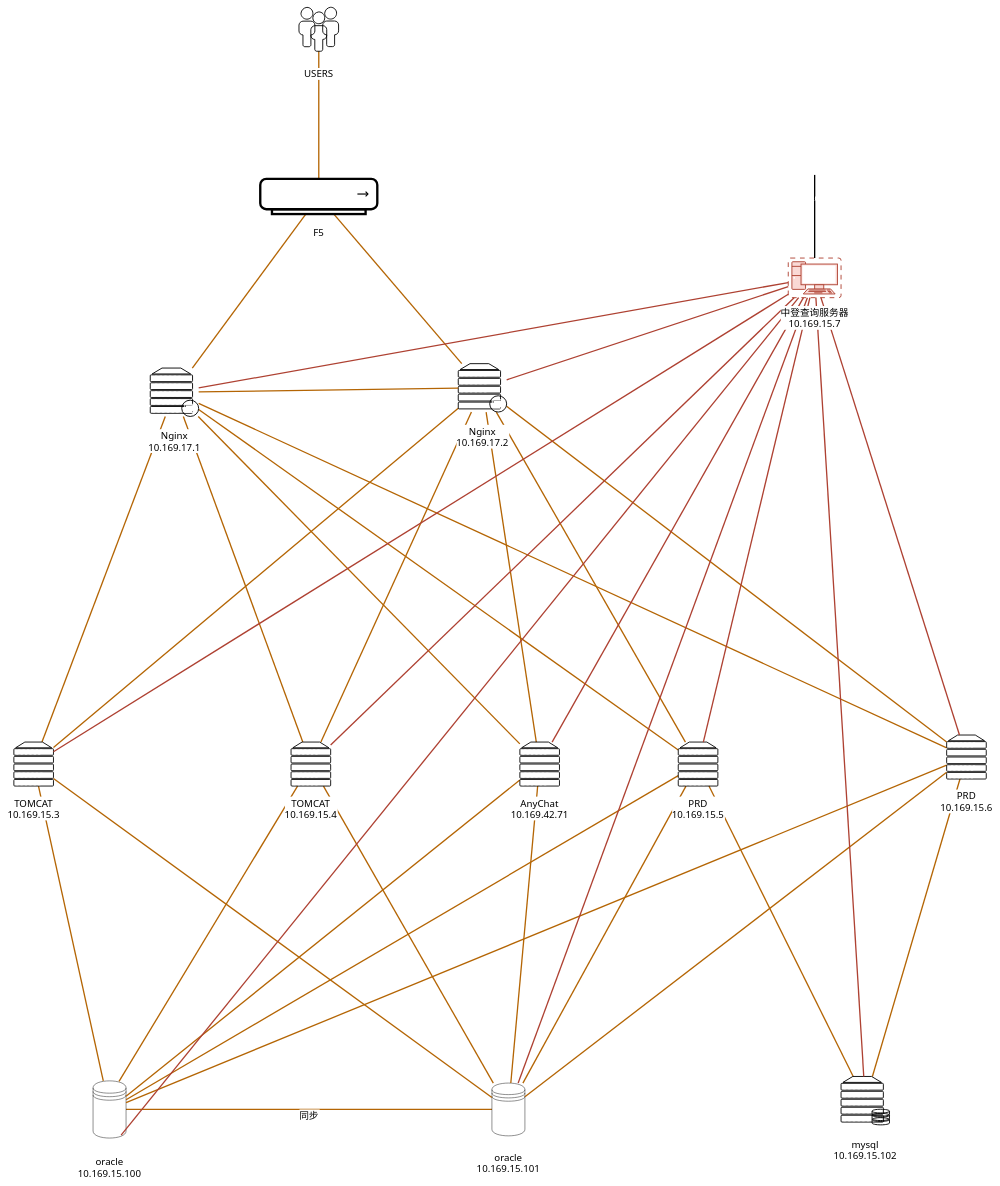
Earlier version of the draw.io diagram page "财人汇物理图" (1 of 3) of 我的文件.drawio (chengs2035/draw.io). Source tidied: cells renumbered, new cells numbered last; positions are measured from the earlier drawing's top-left corner, leaving out a move shared by most shapes. Both pictures are drawn from the tidied source at 44%, with x=0, y=0 at pixel (14, 7).
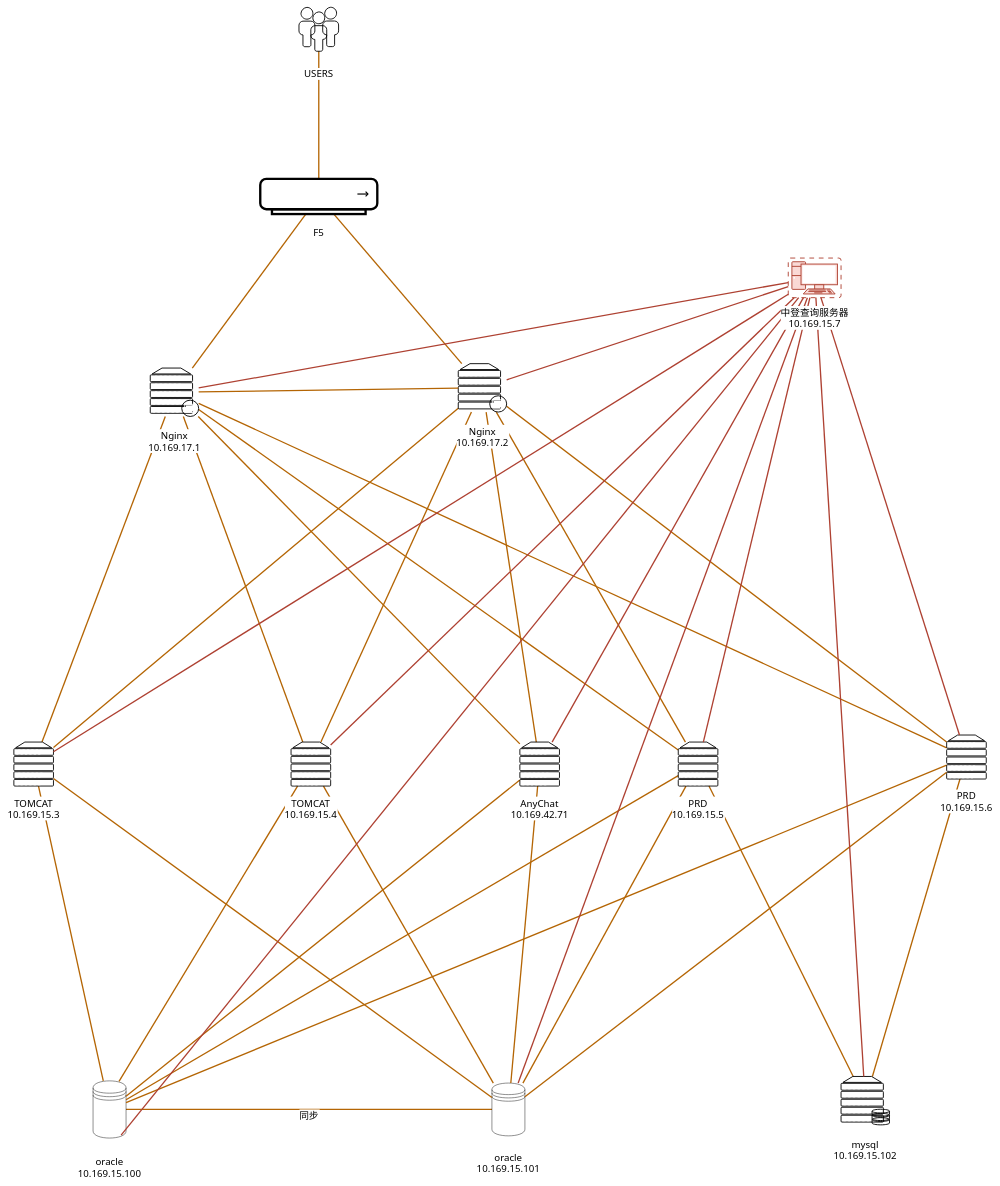
The same diagram, later.

Unchanged cells that the change refers to:
```xml
<mxCell id="51" value="中登查询服务器&#10;10.169.15.7" style="verticalAlign=middle;verticalLabelPosition=bottom;labelPosition=center;align=center;outlineConnect=0;fillColor=#fad9d5;gradientDirection=north;strokeWidth=2;shape=mxgraph.networks.virtual_pc;labelBackgroundColor=default;fontFamily=Tahoma;fontSize=22;strokeColor=#ae4132;" parent="1" vertex="1">
  <mxGeometry x="1760" y="570" width="120" height="90" as="geometry" />
</mxCell>
<mxCell id="53" value="ad" style="fontColor=#FFFFFF;verticalAlign=middle;verticalLabelPosition=bottom;labelPosition=center;align=center;outlineConnect=0;fillColor=none;strokeColor=#FFFFFF;gradientColor=none;gradientDirection=north;strokeWidth=2;shape=mxgraph.networks.user_male;fontSize=22;" parent="1" vertex="1">
  <mxGeometry x="1800" y="280" width="40" height="100" as="geometry" />
</mxCell>
```

What changed in the source:
```diff
@@
-    <mxCell id="52" style="edgeStyle=none;jettySize=auto;fontSize=22;fontColor=#FFFFFF;startArrow=none;startFill=0;endArrow=none;endFill=0;strokeWidth=3;" parent="1" edge="1" source="53" target="51">
-      <mxGeometry relative="1" as="geometry" />
-    </mxCell>
```
